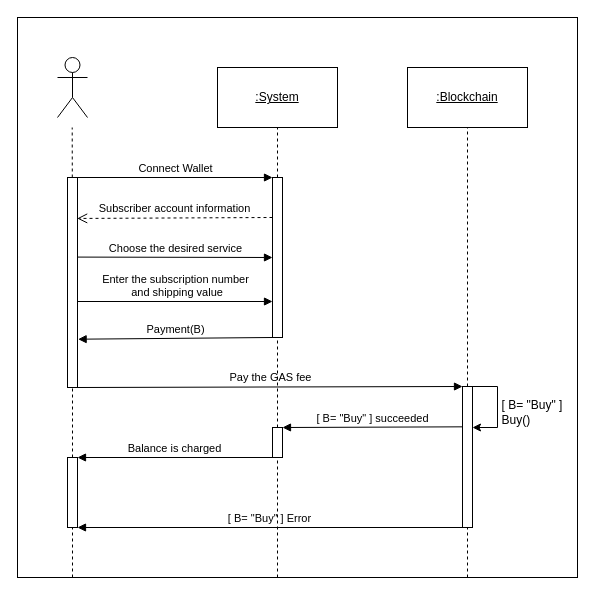
Before: Source/Sequences Diagram.drawio in xdayeh/Modeling-software-v2, a draw.io diagram. Source tidied: cells renumbered, new cells numbered last; positions are measured from the earlier drawing's top-left corner, leaving out a move shared by most shapes. Both pictures are drawn from the tidied source at 100%, with x=0, y=0 at pixel (17, 17).
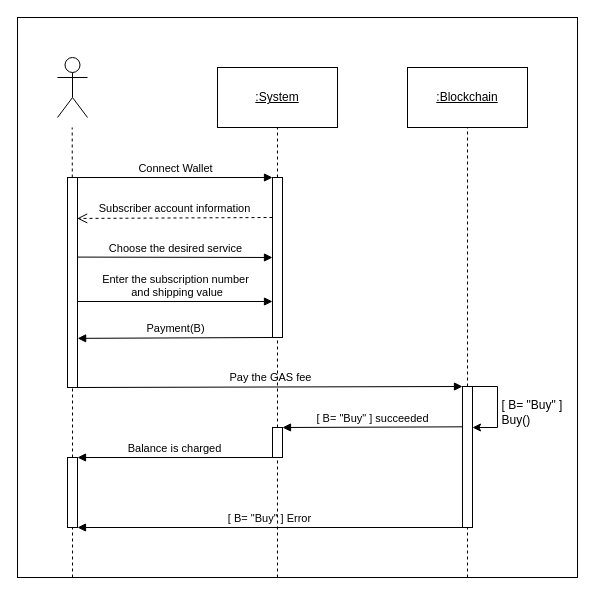
The same page after the edit.

The change refers to these unchanged cells:
```xml
<mxCell id="14" style="rounded=0;whiteSpace=wrap;html=1;" parent="1" vertex="1">
  <mxGeometry x="50" y="160" width="10" height="210" as="geometry" />
</mxCell>
<mxCell id="22" style="rounded=0;whiteSpace=wrap;html=1;" parent="1" vertex="1">
  <mxGeometry x="255" y="160" width="10" height="160" as="geometry" />
</mxCell>
```

What changed in the source:
```diff
@@
-    <mxCell id="11" value="Payment(B)" style="html=1;verticalAlign=bottom;endArrow=block;rounded=0;exitX=0;exitY=1;exitDx=0;exitDy=0;entryX=1.064;entryY=0.77;entryDx=0;entryDy=0;entryPerimeter=0;" parent="1" edge="1" source="22" target="14">
+    <mxCell id="11" value="Payment(B)" style="html=1;verticalAlign=bottom;endArrow=block;rounded=0;exitX=0;exitY=1;exitDx=0;exitDy=0;entryX=1.013;entryY=0.766;entryDx=0;entryDy=0;entryPerimeter=0;" parent="1" edge="1" source="22" target="14">
       <mxGeometry relative="1" as="geometry" />
     </mxCell>
```
